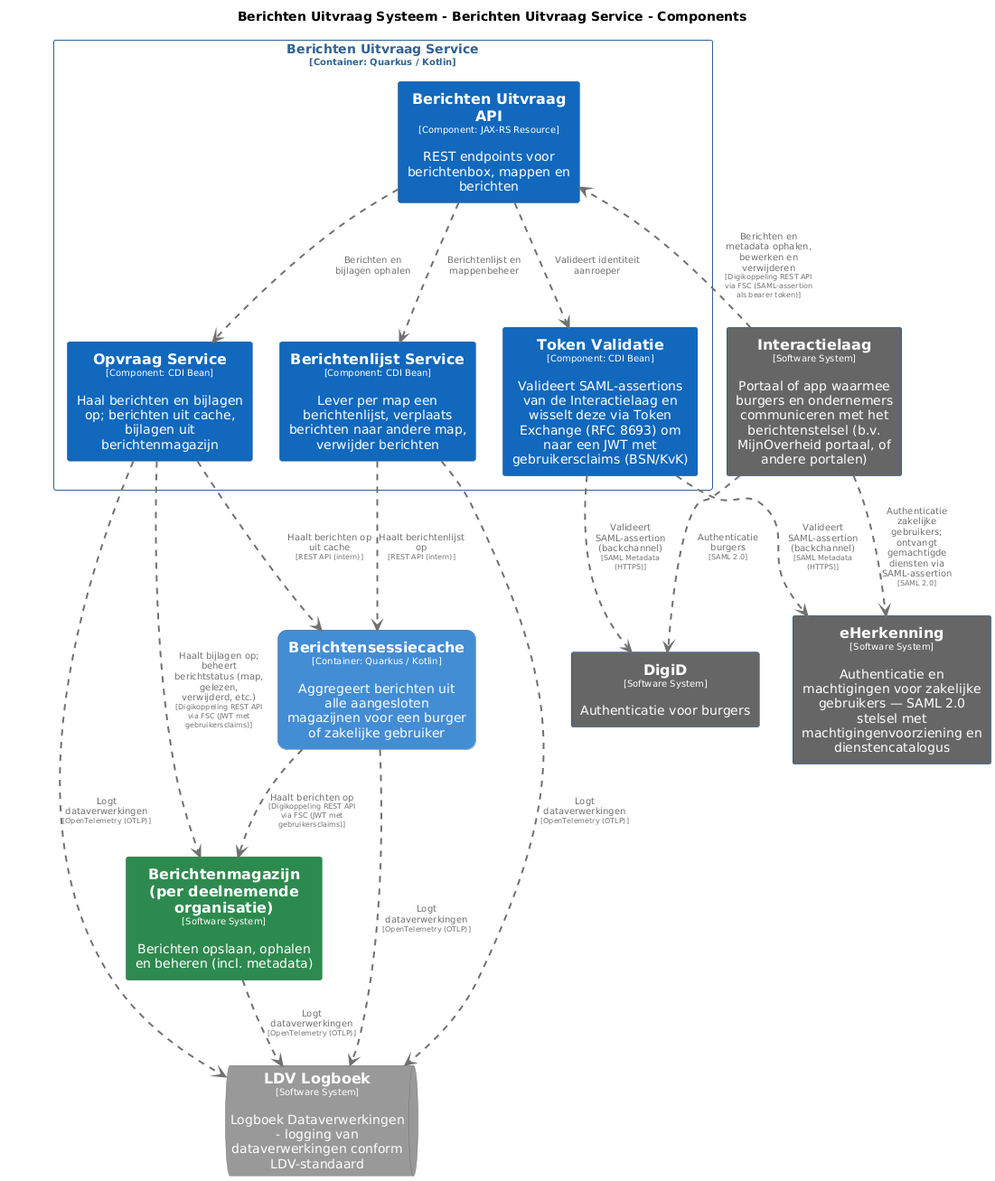
Before: pr-preview/pr-22/master/png/BerichtenUitvraagServiceComponenten.png, a diagram exported from PlantUML (MinBZK/moza-poc-fbs-berichtenbox).
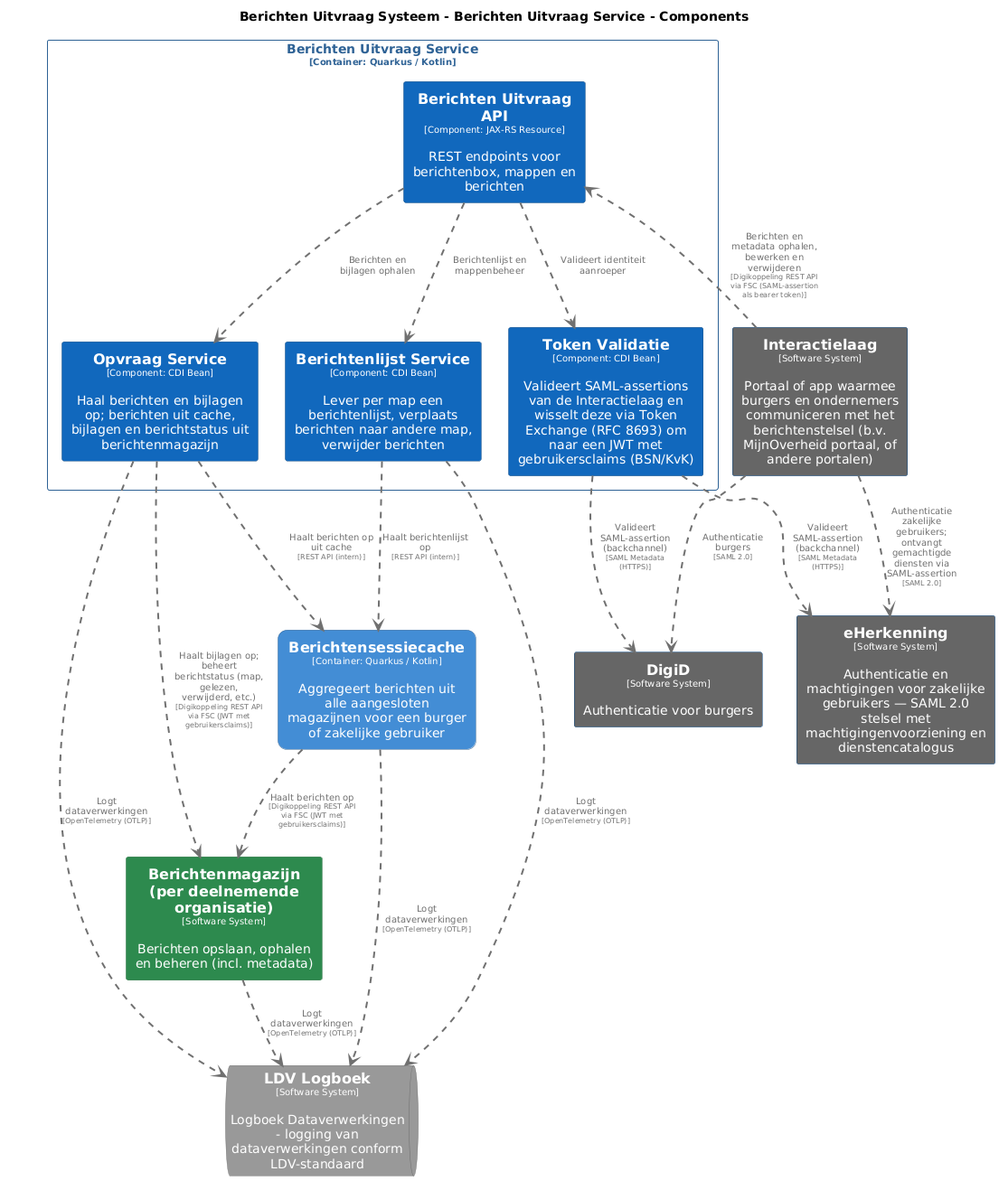
The same diagram one commit later.

Diff of the diagram source:
```diff
@@ -93,7 +93,7 @@
   rectangle "==Berichten Uitvraag API\n<size:10>[Component: JAX-RS Resource]</size>\n\nREST endpoints voor berichtenbox, mappen en berichten" <<BerichtenUitvraagSysteem.BerichtenUitvraagService.BerichtenUitvraagAPI>> as BerichtenUitvraagSysteem.BerichtenUitvraagService.BerichtenUitvraagAPI
   rectangle "==Token Validatie\n<size:10>[Component: CDI Bean]</size>\n\nValideert SAML-assertions van de Interactielaag en wisselt deze via Token Exchange (RFC 8693) om naar een JWT met gebruikersclaims (BSN/KvK)" <<BerichtenUitvraagSysteem.BerichtenUitvraagService.TokenValidatie>> as BerichtenUitvraagSysteem.BerichtenUitvraagService.TokenValidatie
   rectangle "==Berichtenlijst Service\n<size:10>[Component: CDI Bean]</size>\n\nLever per map een berichtenlijst, verplaats berichten naar andere map, verwijder berichten" <<BerichtenUitvraagSysteem.BerichtenUitvraagService.BerichtenlijstService>> as BerichtenUitvraagSysteem.BerichtenUitvraagService.BerichtenlijstService
-  rectangle "==Opvraag Service\n<size:10>[Component: CDI Bean]</size>\n\nHaal berichten en bijlagen op; berichten uit cache, bijlagen uit berichtenmagazijn" <<BerichtenUitvraagSysteem.BerichtenUitvraagService.OpvraagService>> as BerichtenUitvraagSysteem.BerichtenUitvraagService.OpvraagService
+  rectangle "==Opvraag Service\n<size:10>[Component: CDI Bean]</size>\n\nHaal berichten en bijlagen op; berichten uit cache, bijlagen en berichtstatus uit berichtenmagazijn" <<BerichtenUitvraagSysteem.BerichtenUitvraagService.OpvraagService>> as BerichtenUitvraagSysteem.BerichtenUitvraagService.OpvraagService
 }
 
 BerichtenUitvraagSysteem.Berichtensessiecache .[#707070,thickness=2].> Berichtenmagazijnperdeelnemendeorganisatie : "<color:#707070>Haalt berichten op\n<color:#707070><size:8>[Digikoppeling REST API via FSC (JWT met gebruikersclaims)]</size>"
```
